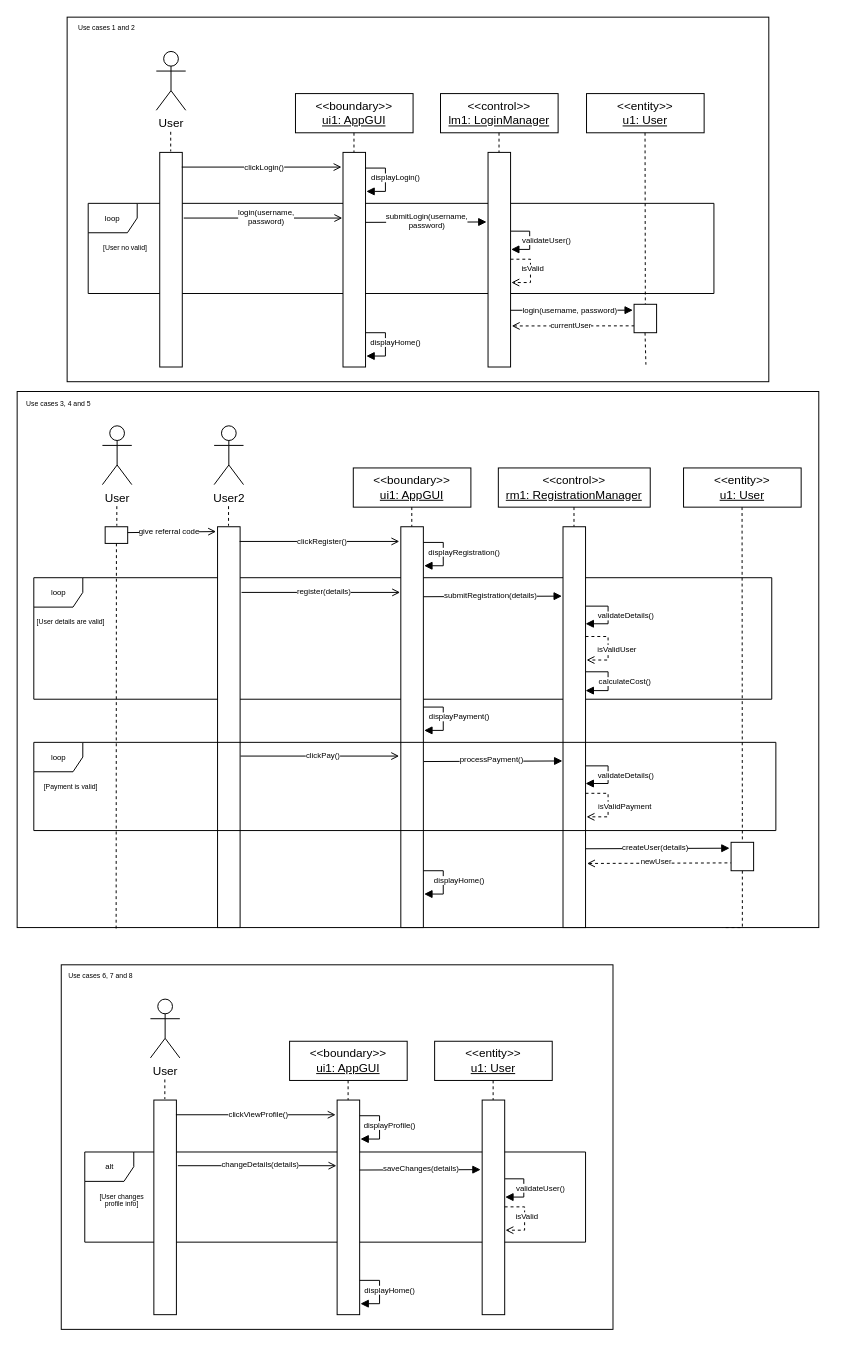
ahammond3aws/DC2SEN keeps this draw.io diagram as Sequence_diagrams.drawio. Above is the earlier version. Source tidied: cells renumbered, new cells numbered last; positions are measured from the earlier drawing's top-left corner, leaving out a move shared by most shapes. Both pictures are drawn from the tidied source at 98%, with x=0, y=0 at pixel (17, 17).
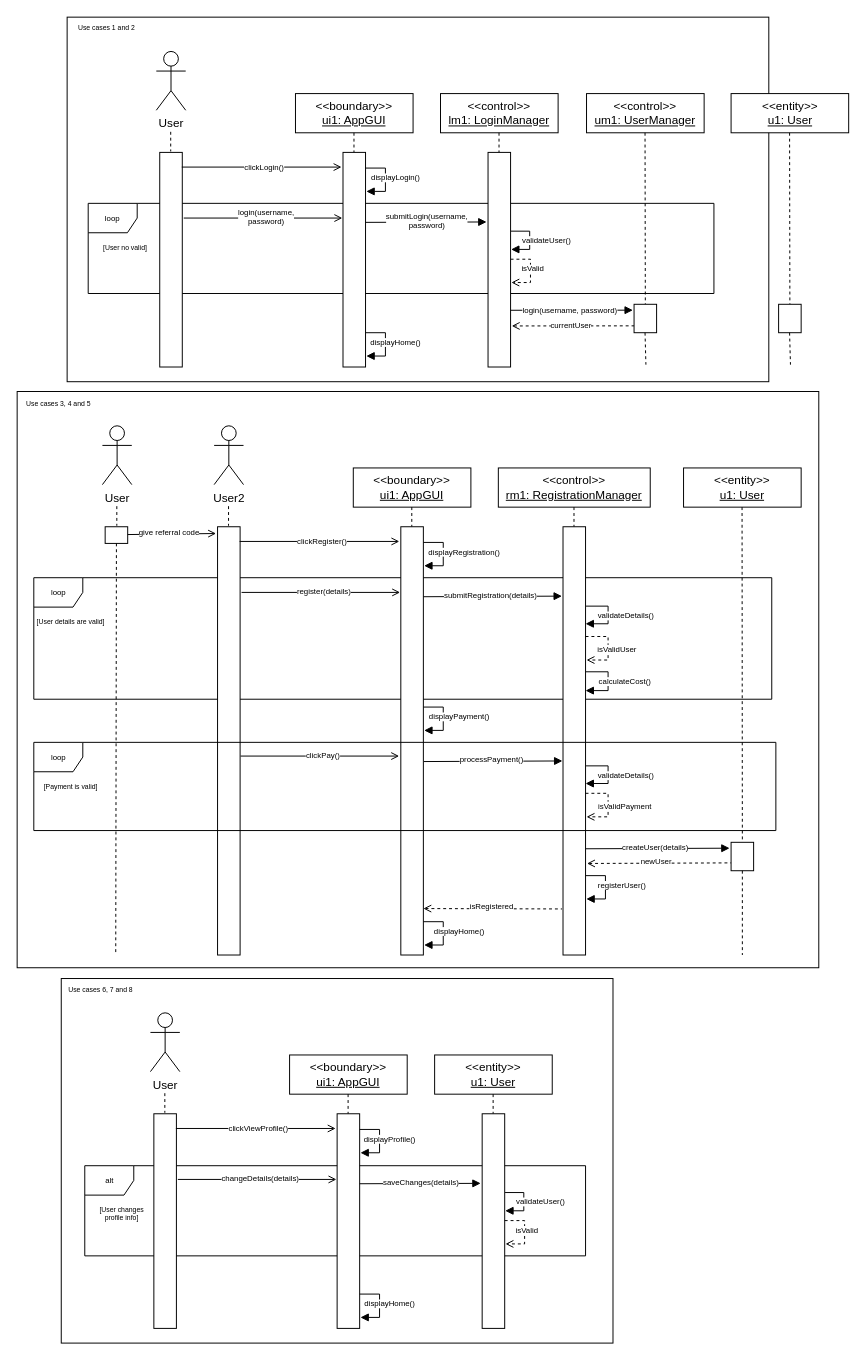
After the change.

Unchanged cells that the change refers to:
```xml
<mxCell id="69" style="rounded=0;whiteSpace=wrap;html=1;" parent="1" vertex="1">
  <mxGeometry x="728.5" y="842" width="23" height="29" as="geometry" />
</mxCell>
<mxCell id="78" style="rounded=0;whiteSpace=wrap;html=1;" parent="1" vertex="1">
  <mxGeometry x="89.8" y="520" width="23" height="17" as="geometry" />
</mxCell>
```

What changed in the source:
```diff
@@
-    <mxCell id="20" value="&amp;lt;&amp;lt;entity&amp;gt;&amp;gt;&lt;br&gt;&lt;u&gt;u1: User&lt;/u&gt;" style="rounded=0;whiteSpace=wrap;html=1;" parent="1" vertex="1">
+    <mxCell id="20" value="&amp;lt;&amp;lt;control&amp;gt;&amp;gt;&lt;br&gt;&lt;u&gt;um1: UserManager&lt;/u&gt;" style="rounded=0;whiteSpace=wrap;html=1;" parent="1" vertex="1">
       <mxGeometry x="581" y="78" width="120" height="40" as="geometry" />
     </mxCell>
@@
     <mxCell id="37" style="rounded=0;whiteSpace=wrap;html=1;fontSize=7;" parent="1" vertex="1">
-      <mxGeometry y="382" width="818" height="547" as="geometry" />
+      <mxGeometry y="382" width="818" height="588" as="geometry" />
     </mxCell>
@@
     <mxCell id="42" style="rounded=0;whiteSpace=wrap;html=1;" parent="1" vertex="1">
-      <mxGeometry x="204.5" y="520" width="23" height="409" as="geometry" />
+      <mxGeometry x="204.5" y="520" width="23" height="437" as="geometry" />
     </mxCell>
@@
     <mxCell id="47" style="rounded=0;whiteSpace=wrap;html=1;" parent="1" vertex="1">
-      <mxGeometry x="391.5" y="520" width="23" height="409" as="geometry" />
+      <mxGeometry x="391.5" y="520" width="23" height="437" as="geometry" />
     </mxCell>
@@
     <mxCell id="50" style="rounded=0;whiteSpace=wrap;html=1;" parent="1" vertex="1">
-      <mxGeometry x="557" y="520" width="23" height="409" as="geometry" />
+      <mxGeometry x="557" y="520" width="23" height="437" as="geometry" />
     </mxCell>
@@
-    <mxCell id="68" style="edgeStyle=orthogonalEdgeStyle;rounded=0;jettySize=auto;html=1;entryX=0.88;entryY=1;entryDx=0;entryDy=0;entryPerimeter=0;dashed=1;fontSize=7;startArrow=none;startFill=0;endArrow=none;endFill=0;exitX=0.5;exitY=1;exitDx=0;exitDy=0;" parent="1" edge="1" source="69" target="37">
-      <mxGeometry relative="1" as="geometry">
-        <Array as="points">
-          <mxPoint x="740" y="889" />
-          <mxPoint x="740" y="889" />
-        </Array>
-      </mxGeometry>
-    </mxCell>
@@
     <mxCell id="74" style="edgeStyle=orthogonalEdgeStyle;rounded=0;orthogonalLoop=1;jettySize=auto;html=1;entryX=1;entryY=0.5;entryDx=0;entryDy=0;fontSize=8;startArrow=none;startFill=0;endArrow=block;endFill=1;exitX=0.967;exitY=0.379;exitDx=0;exitDy=0;exitPerimeter=0;" parent="1" edge="1">
       <mxGeometry relative="1" as="geometry">
-        <mxPoint x="414.5" y="871" as="sourcePoint" />
-        <mxPoint x="415.3" y="894.8" as="targetPoint" />
+        <mxPoint x="414.5" y="923" as="sourcePoint" />
+        <mxPoint x="415.3" y="946.8" as="targetPoint" />
         <Array as="points">
-          <mxPoint x="434.8" y="871.3" />
-          <mxPoint x="434.8" y="895.3" />
-          <mxPoint x="414.8" y="895.3" />
+          <mxPoint x="434.8" y="923.3" />
+          <mxPoint x="434.8" y="947.3" />
+          <mxPoint x="414.8" y="947.3" />
         </Array>
       </mxGeometry>
     </mxCell>
@@
-    <mxCell id="76" style="endArrow=open;html=1;rounded=0;endFill=0;entryX=-0.065;entryY=0.012;entryDx=0;entryDy=0;entryPerimeter=0;" parent="1" edge="1" target="42">
+    <mxCell id="76" style="endArrow=open;html=1;rounded=0;endFill=0;entryX=-0.065;entryY=0.012;entryDx=0;entryDy=0;entryPerimeter=0;" parent="1" edge="1">
       <mxGeometry relative="1" as="geometry">
-        <mxPoint x="110" y="526" as="sourcePoint" />
+        <mxPoint x="110" y="528" as="sourcePoint" />
+        <mxPoint x="203" y="526.9" as="targetPoint" />
       </mxGeometry>
     </mxCell>
     <mxCell id="77" value="give referral code" style="edgeLabel;html=1;align=center;verticalAlign=middle;fontSize=8;" parent="76" vertex="1">
       <mxGeometry x="-0.3" y="-1" relative="1" as="geometry">
-        <mxPoint x="11" y="-2" as="offset" />
+        <mxPoint x="11" y="-3" as="offset" />
       </mxGeometry>
     </mxCell>
@@
-    <mxCell id="91" style="endArrow=none;html=1;rounded=0;dashed=1;exitX=0.5;exitY=1;exitDx=0;exitDy=0;" parent="1" edge="1" source="78">
-      <mxGeometry relative="1" as="geometry">
-        <mxPoint x="101" y="930" as="targetPoint" />
-      </mxGeometry>
-    </mxCell>
     <mxCell id="92" style="rounded=0;whiteSpace=wrap;html=1;fontSize=7;" parent="1" vertex="1">
-      <mxGeometry x="45" y="967" width="563" height="372" as="geometry" />
+      <mxGeometry x="45" y="981" width="563" height="372" as="geometry" />
     </mxCell>
     <mxCell id="93" value="alt" style="shape=umlFrame;tabPosition=left;html=1;boundedLbl=1;labelInHeader=1;width=50;height=30;fontSize=8;" parent="1" vertex="1">
-      <mxGeometry x="69" y="1158" width="511" height="92" as="geometry" />
+      <mxGeometry x="69" y="1172" width="511" height="92" as="geometry" />
     </mxCell>
@@
     <mxCell id="95" value="User" style="shape=umlActor;verticalLabelPosition=bottom;verticalAlign=top;html=1;" parent="1" vertex="1">
-      <mxGeometry x="136" y="1002" width="30" height="60" as="geometry" />
+      <mxGeometry x="136" y="1016" width="30" height="60" as="geometry" />
     </mxCell>
     <mxCell id="96" style="endArrow=none;html=1;rounded=0;dashed=1;" parent="1" edge="1">
       <mxGeometry relative="1" as="geometry">
-        <mxPoint x="150.7" y="1084" as="sourcePoint" />
-        <mxPoint x="150.7" y="1104" as="targetPoint" />
+        <mxPoint x="150.7" y="1098" as="sourcePoint" />
+        <mxPoint x="150.7" y="1118" as="targetPoint" />
       </mxGeometry>
     </mxCell>
     <mxCell id="97" style="rounded=0;whiteSpace=wrap;html=1;" parent="1" vertex="1">
-      <mxGeometry x="139.5" y="1105" width="23" height="219" as="geometry" />
+      <mxGeometry x="139.5" y="1119" width="23" height="219" as="geometry" />
     </mxCell>
     <mxCell id="98" value="&amp;lt;&amp;lt;boundary&amp;gt;&amp;gt;&lt;br&gt;&lt;u&gt;ui1: AppGUI&lt;/u&gt;" style="rounded=0;whiteSpace=wrap;html=1;" parent="1" vertex="1">
-      <mxGeometry x="278" y="1045" width="120" height="40" as="geometry" />
+      <mxGeometry x="278" y="1059" width="120" height="40" as="geometry" />
     </mxCell>
     <mxCell id="99" style="endArrow=none;html=1;rounded=0;dashed=1;" parent="1" edge="1">
       <mxGeometry relative="1" as="geometry">
-        <mxPoint x="337.7" y="1085" as="sourcePoint" />
-        <mxPoint x="337.7" y="1105" as="targetPoint" />
+        <mxPoint x="337.7" y="1099" as="sourcePoint" />
+        <mxPoint x="337.7" y="1119" as="targetPoint" />
       </mxGeometry>
     </mxCell>
     <mxCell id="100" value="&amp;lt;&amp;lt;entity&amp;gt;&amp;gt;&lt;br&gt;&lt;u&gt;u1: User&lt;/u&gt;" style="rounded=0;whiteSpace=wrap;html=1;" parent="1" vertex="1">
-      <mxGeometry x="426" y="1045" width="120" height="40" as="geometry" />
+      <mxGeometry x="426" y="1059" width="120" height="40" as="geometry" />
     </mxCell>
     <mxCell id="101" style="endArrow=none;html=1;rounded=0;dashed=1;" parent="1" edge="1">
       <mxGeometry relative="1" as="geometry">
-        <mxPoint x="485.7" y="1085" as="sourcePoint" />
-        <mxPoint x="485.7" y="1105" as="targetPoint" />
+        <mxPoint x="485.7" y="1099" as="sourcePoint" />
+        <mxPoint x="485.7" y="1119" as="targetPoint" />
       </mxGeometry>
     </mxCell>
     <mxCell id="102" style="rounded=0;whiteSpace=wrap;html=1;" parent="1" vertex="1">
-      <mxGeometry x="326.5" y="1105" width="23" height="219" as="geometry" />
+      <mxGeometry x="326.5" y="1119" width="23" height="219" as="geometry" />
     </mxCell>
     <mxCell id="103" style="endArrow=open;html=1;rounded=0;endFill=0;" parent="1" edge="1">
       <mxGeometry relative="1" as="geometry">
-        <mxPoint x="162" y="1120" as="sourcePoint" />
-        <mxPoint x="325" y="1120" as="targetPoint" />
+        <mxPoint x="162" y="1134" as="sourcePoint" />
+        <mxPoint x="325" y="1134" as="targetPoint" />
       </mxGeometry>
     </mxCell>
@@
     <mxCell id="105" style="rounded=0;whiteSpace=wrap;html=1;" parent="1" vertex="1">
-      <mxGeometry x="474.5" y="1105" width="23" height="219" as="geometry" />
+      <mxGeometry x="474.5" y="1119" width="23" height="219" as="geometry" />
     </mxCell>
     <mxCell id="106" style="endArrow=open;html=1;rounded=0;endFill=0;" parent="1" edge="1">
       <mxGeometry relative="1" as="geometry">
-        <mxPoint x="164" y="1172" as="sourcePoint" />
-        <mxPoint x="325.8" y="1172" as="targetPoint" />
+        <mxPoint x="164" y="1186" as="sourcePoint" />
+        <mxPoint x="325.8" y="1186" as="targetPoint" />
       </mxGeometry>
     </mxCell>
@@
     <mxCell id="108" style="endArrow=block;html=1;rounded=0;exitX=0.964;exitY=0.347;exitDx=0;exitDy=0;exitPerimeter=0;endFill=1;" parent="1" edge="1">
       <mxGeometry relative="1" as="geometry">
-        <mxPoint x="349.5" y="1176.4" as="sourcePoint" />
-        <mxPoint x="473" y="1176" as="targetPoint" />
+        <mxPoint x="349.5" y="1190.4" as="sourcePoint" />
+        <mxPoint x="473" y="1190" as="targetPoint" />
       </mxGeometry>
     </mxCell>
@@
     <mxCell id="110" style="edgeStyle=orthogonalEdgeStyle;rounded=0;jettySize=auto;html=1;fontSize=8;startArrow=none;startFill=0;endArrow=block;endFill=1;exitX=1.016;exitY=0.367;exitDx=0;exitDy=0;exitPerimeter=0;" parent="1" edge="1" source="105">
       <mxGeometry relative="1" as="geometry">
-        <mxPoint x="498" y="1204" as="targetPoint" />
+        <mxPoint x="498" y="1218" as="targetPoint" />
         <Array as="points">
-          <mxPoint x="517" y="1185" />
-          <mxPoint x="517" y="1204" />
+          <mxPoint x="517" y="1199" />
+          <mxPoint x="517" y="1218" />
         </Array>
       </mxGeometry>
     </mxCell>
@@
     <mxCell id="112" style="edgeStyle=orthogonalEdgeStyle;rounded=0;orthogonalLoop=1;jettySize=auto;html=1;entryX=1;entryY=0.5;entryDx=0;entryDy=0;fontSize=8;startArrow=none;startFill=0;endArrow=block;endFill=1;exitX=0.967;exitY=0.379;exitDx=0;exitDy=0;exitPerimeter=0;" parent="1" edge="1">
       <mxGeometry relative="1" as="geometry">
-        <mxPoint x="349.5" y="1121" as="sourcePoint" />
-        <mxPoint x="350.3" y="1144.8" as="targetPoint" />
+        <mxPoint x="349.5" y="1135" as="sourcePoint" />
+        <mxPoint x="350.3" y="1158.8" as="targetPoint" />
         <Array as="points">
-          <mxPoint x="369.8" y="1121.3" />
-          <mxPoint x="369.8" y="1145.3" />
-          <mxPoint x="349.8" y="1145.3" />
+          <mxPoint x="369.8" y="1135.3" />
+          <mxPoint x="369.8" y="1159.3" />
+          <mxPoint x="349.8" y="1159.3" />
         </Array>
       </mxGeometry>
     </mxCell>
@@
     <mxCell id="114" style="edgeStyle=orthogonalEdgeStyle;rounded=0;orthogonalLoop=1;jettySize=auto;html=1;entryX=1;entryY=0.5;entryDx=0;entryDy=0;fontSize=8;startArrow=none;startFill=0;endArrow=open;endFill=0;exitX=0.967;exitY=0.379;exitDx=0;exitDy=0;exitPerimeter=0;dashed=1;" parent="1" edge="1">
       <mxGeometry relative="1" as="geometry">
-        <mxPoint x="497.5" y="1214" as="sourcePoint" />
-        <mxPoint x="498.3" y="1237.8" as="targetPoint" />
+        <mxPoint x="497.5" y="1228" as="sourcePoint" />
+        <mxPoint x="498.3" y="1251.8" as="targetPoint" />
         <Array as="points">
-          <mxPoint x="517.8" y="1214.3" />
-          <mxPoint x="517.8" y="1238.3" />
-          <mxPoint x="497.8" y="1238.3" />
+          <mxPoint x="517.8" y="1228.3" />
+          <mxPoint x="517.8" y="1252.3" />
+          <mxPoint x="497.8" y="1252.3" />
         </Array>
       </mxGeometry>
     </mxCell>
@@
     <mxCell id="116" style="edgeStyle=orthogonalEdgeStyle;rounded=0;orthogonalLoop=1;jettySize=auto;html=1;entryX=1;entryY=0.5;entryDx=0;entryDy=0;fontSize=8;startArrow=none;startFill=0;endArrow=block;endFill=1;exitX=0.967;exitY=0.379;exitDx=0;exitDy=0;exitPerimeter=0;" parent="1" edge="1">
       <mxGeometry relative="1" as="geometry">
-        <mxPoint x="349.5" y="1289" as="sourcePoint" />
-        <mxPoint x="350.3" y="1312.8" as="targetPoint" />
+        <mxPoint x="349.5" y="1303" as="sourcePoint" />
+        <mxPoint x="350.3" y="1326.8" as="targetPoint" />
         <Array as="points">
-          <mxPoint x="369.8" y="1289.3" />
-          <mxPoint x="369.8" y="1313.3" />
-          <mxPoint x="349.8" y="1313.3" />
+          <mxPoint x="369.8" y="1303.3" />
+          <mxPoint x="369.8" y="1327.3" />
+          <mxPoint x="349.8" y="1327.3" />
         </Array>
       </mxGeometry>
     </mxCell>
@@
     <mxCell id="118" value="Use cases 6, 7 and 8" style="text;html=1;align=center;verticalAlign=middle;strokeColor=none;fillColor=none;fontSize=7;" parent="1" vertex="1">
-      <mxGeometry x="43" y="969" width="84" height="20" as="geometry" />
+      <mxGeometry x="43" y="983" width="84" height="20" as="geometry" />
     </mxCell>
+    <mxCell id="119" style="edgeStyle=orthogonalEdgeStyle;rounded=0;orthogonalLoop=1;jettySize=auto;html=1;entryX=1;entryY=0.5;entryDx=0;entryDy=0;fontSize=8;startArrow=none;startFill=0;endArrow=block;endFill=1;exitX=0.967;exitY=0.379;exitDx=0;exitDy=0;exitPerimeter=0;" parent="1" edge="1">
+      <mxGeometry relative="1" as="geometry">
+        <mxPoint x="580" y="876" as="sourcePoint" />
+        <mxPoint x="580.8" y="899.8" as="targetPoint" />
+        <Array as="points">
+          <mxPoint x="600.3" y="876.3" />
+          <mxPoint x="600.3" y="900.3" />
+          <mxPoint x="580.3" y="900.3" />
+        </Array>
+      </mxGeometry>
+    </mxCell>
+    <mxCell id="120" value="registerUser()" style="edgeLabel;html=1;align=center;verticalAlign=middle;fontSize=8;" parent="119" vertex="1">
+      <mxGeometry x="-0.05" relative="1" as="geometry">
+        <mxPoint x="16" as="offset" />
+      </mxGeometry>
+    </mxCell>
+    <mxCell id="121" style="endArrow=none;html=1;rounded=0;exitX=0.964;exitY=0.347;exitDx=0;exitDy=0;exitPerimeter=0;endFill=0;startArrow=open;startFill=0;dashed=1;" parent="1" edge="1">
+      <mxGeometry relative="1" as="geometry">
+        <mxPoint x="414.5" y="909.6" as="sourcePoint" />
+        <mxPoint x="556" y="910" as="targetPoint" />
+      </mxGeometry>
+    </mxCell>
+    <mxCell id="122" value="isRegistered" style="edgeLabel;html=1;align=center;verticalAlign=middle;fontSize=8;" parent="121" vertex="1">
+      <mxGeometry x="-0.3" y="-1" relative="1" as="geometry">
+        <mxPoint x="19" y="-3" as="offset" />
+      </mxGeometry>
+    </mxCell>
+    <mxCell id="123" style="edgeStyle=orthogonalEdgeStyle;rounded=0;orthogonalLoop=1;jettySize=auto;html=1;dashed=1;fontSize=7;startArrow=none;startFill=0;endArrow=none;endFill=0;exitX=0.5;exitY=1;exitDx=0;exitDy=0;" parent="1" edge="1">
+      <mxGeometry relative="1" as="geometry">
+        <mxPoint x="740" y="871" as="sourcePoint" />
+        <mxPoint x="740" y="957" as="targetPoint" />
+        <Array as="points">
+          <mxPoint x="740" y="889" />
+          <mxPoint x="740" y="889" />
+        </Array>
+      </mxGeometry>
+    </mxCell>
+    <mxCell id="124" style="endArrow=none;html=1;rounded=0;dashed=1;exitX=0.5;exitY=1;exitDx=0;exitDy=0;entryX=0.123;entryY=0.999;entryDx=0;entryDy=0;entryPerimeter=0;" parent="1" edge="1">
+      <mxGeometry relative="1" as="geometry">
+        <mxPoint x="101.3" y="537" as="sourcePoint" />
+        <mxPoint x="100.6" y="956.4" as="targetPoint" />
+      </mxGeometry>
+    </mxCell>
+    <mxCell id="125" value="&amp;lt;&amp;lt;entity&amp;gt;&amp;gt;&lt;br&gt;&lt;u&gt;u1: User&lt;/u&gt;" style="rounded=0;whiteSpace=wrap;html=1;" parent="1" vertex="1">
+      <mxGeometry x="728.5" y="78" width="120" height="40" as="geometry" />
+    </mxCell>
+    <mxCell id="126" style="endArrow=none;html=1;rounded=0;dashed=1;entryX=0.5;entryY=0;entryDx=0;entryDy=0;" parent="1" edge="1" target="127">
+      <mxGeometry relative="1" as="geometry">
+        <mxPoint x="788.2" y="118" as="sourcePoint" />
+      </mxGeometry>
+    </mxCell>
+    <mxCell id="127" style="rounded=0;whiteSpace=wrap;html=1;" parent="1" vertex="1">
+      <mxGeometry x="777" y="293" width="23" height="29" as="geometry" />
+    </mxCell>
+    <mxCell id="128" style="endArrow=none;html=1;rounded=0;dashed=1;entryX=0.9;entryY=-0.027;entryDx=0;entryDy=0;entryPerimeter=0;" parent="1" edge="1">
+      <mxGeometry relative="1" as="geometry">
+        <mxPoint x="788.2" y="322" as="sourcePoint" />
+        <mxPoint x="789.1" y="354.6" as="targetPoint" />
+      </mxGeometry>
+    </mxCell>
```
